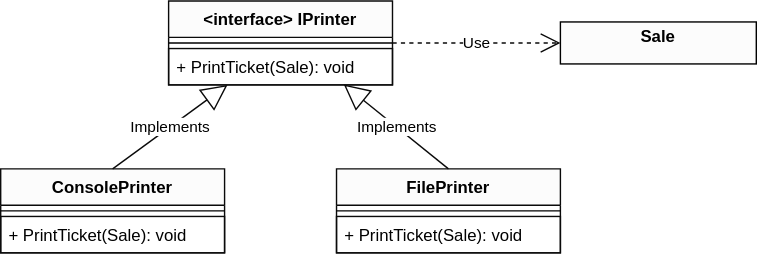
Earlier version of the draw.io export Assets/Polymorphism.svg (ucudal/PII_Guias). Source tidied: cells renumbered, new cells last; positions are measured from the earlier drawing's top-left corner, leaving out a move shared by most shapes.
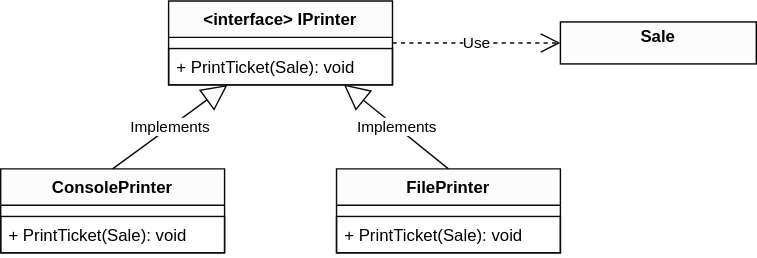
The same diagram one commit later.

Commit message:
Added UML diagrams

Diff of the diagram source:
```diff
@@ -5,7 +5,7 @@
     <mxCell id="2" value="&lt;interface&gt; IPrinter" style="swimlane;fontStyle=1;align=center;verticalAlign=top;horizontal=1;startSize=26;fillColor=#FCFCFC;strokeColor=#0A0A0A;fontColor=#000000;" parent="1" vertex="1">
       <mxGeometry x="120" width="160" height="60" as="geometry" />
     </mxCell>
-    <mxCell id="3" style="line;strokeWidth=1;fillColor=none;align=left;verticalAlign=middle;spacingTop=-1;spacingLeft=3;spacingRight=3;labelPosition=right;fontColor=#000000;" parent="2" vertex="1">
+    <mxCell id="3" style="line;strokeWidth=1;fillColor=none;align=left;verticalAlign=middle;spacingTop=-1;spacingLeft=3;spacingRight=3;labelPosition=right;fontColor=#000000;strokeColor=none;" parent="2" vertex="1">
       <mxGeometry y="26" width="160" height="8" as="geometry" />
     </mxCell>
     <mxCell id="4" value="+ PrintTicket(Sale): void" style="text;fillColor=none;align=left;verticalAlign=top;spacingLeft=4;spacingRight=4;overflow=hidden;points=[[0,0.5],[1,0.5]];portConstraint=eastwest;strokeColor=#0A0A0A;fontColor=#000000;" parent="2" vertex="1">
@@ -14,7 +14,7 @@
     <mxCell id="5" value="ConsolePrinter" style="swimlane;fontStyle=1;align=center;verticalAlign=top;horizontal=1;startSize=26;fillColor=#FCFCFC;strokeColor=#0A0A0A;fontColor=#000000;" parent="1" vertex="1">
       <mxGeometry y="120" width="160" height="60" as="geometry" />
     </mxCell>
-    <mxCell id="6" style="line;strokeWidth=1;fillColor=none;align=left;verticalAlign=middle;spacingTop=-1;spacingLeft=3;spacingRight=3;labelPosition=right;fontColor=#000000;" parent="5" vertex="1">
+    <mxCell id="6" style="line;strokeWidth=1;fillColor=none;align=left;verticalAlign=middle;spacingTop=-1;spacingLeft=3;spacingRight=3;labelPosition=right;fontColor=#000000;strokeColor=none;" parent="5" vertex="1">
       <mxGeometry y="26" width="160" height="8" as="geometry" />
     </mxCell>
     <mxCell id="7" value="+ PrintTicket(Sale): void" style="text;fillColor=none;align=left;verticalAlign=top;spacingLeft=4;spacingRight=4;overflow=hidden;strokeColor=#0A0A0A;fontColor=#000000;" parent="5" vertex="1">
@@ -23,7 +23,7 @@
     <mxCell id="8" value="FilePrinter" style="swimlane;fontStyle=1;align=center;verticalAlign=top;horizontal=1;startSize=26;fillColor=#FCFCFC;strokeColor=#0A0A0A;fontColor=#000000;" parent="1" vertex="1">
       <mxGeometry x="240" y="120" width="160" height="60" as="geometry" />
     </mxCell>
-    <mxCell id="9" style="line;strokeWidth=1;fillColor=none;align=left;verticalAlign=middle;spacingTop=-1;spacingLeft=3;spacingRight=3;labelPosition=right;fontColor=#000000;" parent="8" vertex="1">
+    <mxCell id="9" style="line;strokeWidth=1;fillColor=none;align=left;verticalAlign=middle;spacingTop=-1;spacingLeft=3;spacingRight=3;labelPosition=right;fontColor=#000000;strokeColor=none;" parent="8" vertex="1">
       <mxGeometry y="26" width="160" height="8" as="geometry" />
     </mxCell>
     <mxCell id="10" value="+ PrintTicket(Sale): void" style="text;fillColor=none;align=left;verticalAlign=top;spacingLeft=4;spacingRight=4;overflow=hidden;strokeColor=#0A0A0A;fontColor=#000000;" parent="8" vertex="1">
```
